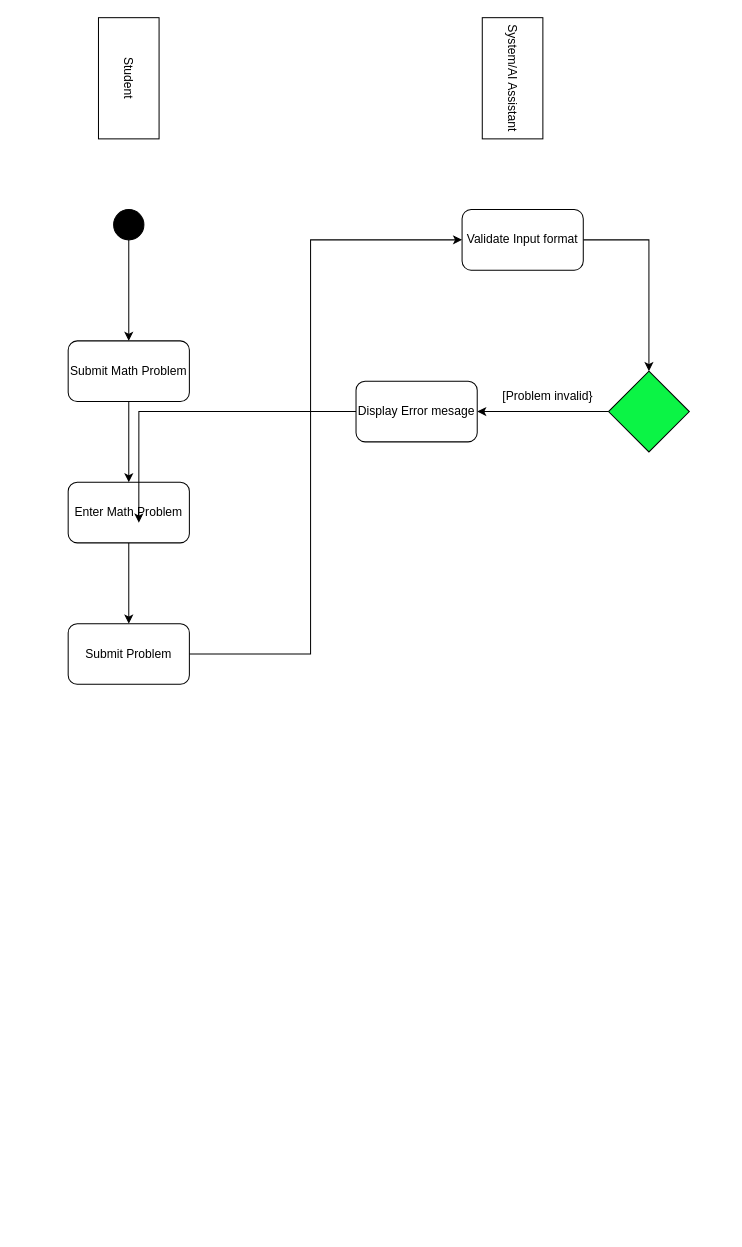
Anuja-jayasinghe/DrawIo_Projects keeps this draw.io diagram as Upuli_activity_diagram.drawio. Above is the earlier version. Source tidied: cells renumbered, new cells numbered last; positions are measured from the earlier drawing's top-left corner, leaving out a move shared by most shapes. Both pictures are drawn from the tidied source at 101%, with x=0, y=0 at pixel (68, 47).
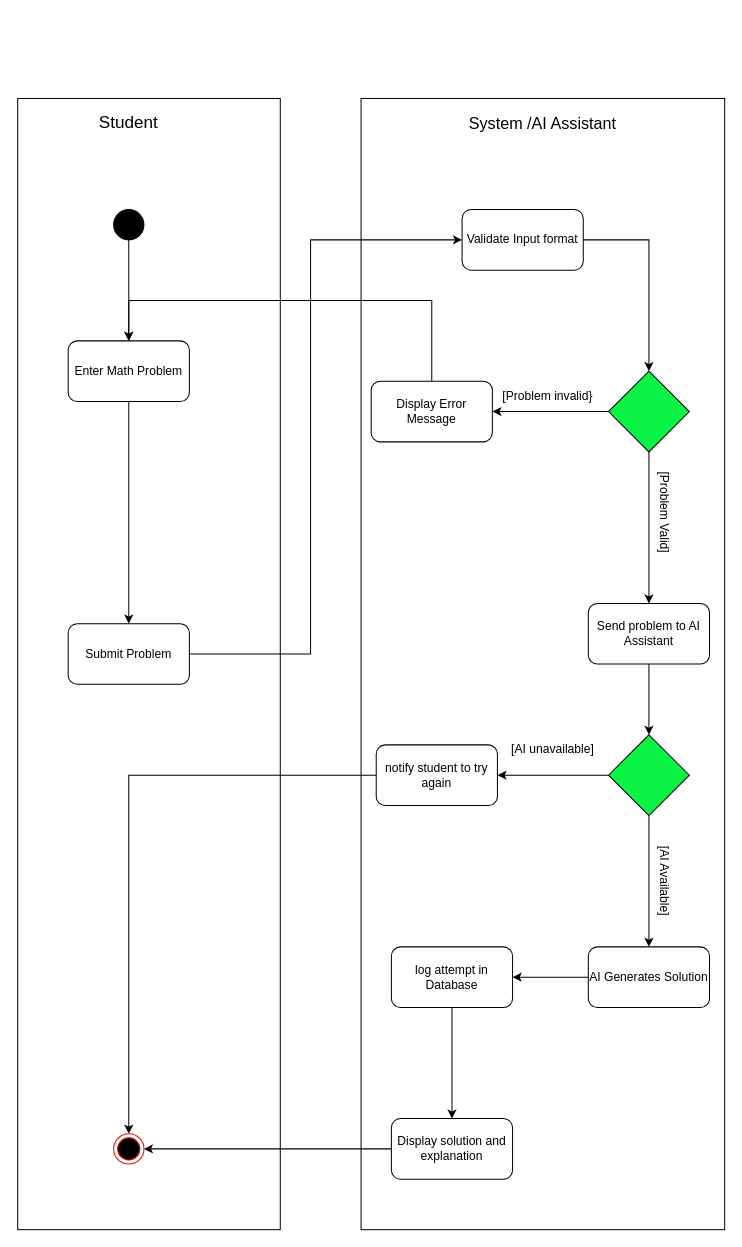
The same diagram, later.

The change refers to these unchanged cells:
```xml
<mxCell id="11" value="Submit Problem" style="rounded=1;whiteSpace=wrap;html=1;" parent="1" vertex="1">
  <mxGeometry y="570" width="120" height="60" as="geometry" />
</mxCell>
<mxCell id="15" style="rhombus;whiteSpace=wrap;html=1;fillColor=light-dark(#0bf445, #ededed);" parent="1" vertex="1">
  <mxGeometry x="535" y="320" width="80" height="80" as="geometry" />
</mxCell>
```

Change to the diagram source:
```diff
@@
-    <mxCell id="2" value="Student" style="rounded=0;whiteSpace=wrap;html=1;rotation=90;" parent="1" vertex="1">
-      <mxGeometry width="120" height="60" as="geometry" />
+    <mxCell id="2" style="rounded=0;whiteSpace=wrap;html=1;rotation=90;" parent="1" vertex="1">
+      <mxGeometry x="-480" y="480" width="1120" height="260" as="geometry" />
     </mxCell>
-    <mxCell id="3" value="System/AI Assistant" style="rounded=0;whiteSpace=wrap;html=1;rotation=90;" parent="1" vertex="1">
-      <mxGeometry x="380" width="120" height="60" as="geometry" />
+    <mxCell id="3" style="rounded=0;whiteSpace=wrap;html=1;rotation=90;" parent="1" vertex="1">
+      <mxGeometry x="-90" y="430" width="1120" height="360" as="geometry" />
     </mxCell>
@@
-    <mxCell id="6" style="edgeStyle=orthogonalEdgeStyle;rounded=0;jettySize=auto;html=1;" parent="1" edge="1" source="7" target="9">
+    <mxCell id="6" style="edgeStyle=orthogonalEdgeStyle;rounded=0;jettySize=auto;html=1;" parent="1" edge="1" source="7" target="11">
       <mxGeometry relative="1" as="geometry" />
     </mxCell>
-    <mxCell id="7" value="Submit Math Problem" style="rounded=1;whiteSpace=wrap;html=1;" parent="1" vertex="1">
+    <mxCell id="7" value="Enter Math Problem" style="rounded=1;whiteSpace=wrap;html=1;" parent="1" vertex="1">
       <mxGeometry y="290" width="120" height="60" as="geometry" />
     </mxCell>
-    <mxCell id="8" style="edgeStyle=orthogonalEdgeStyle;rounded=0;jettySize=auto;html=1;" parent="1" edge="1" source="9" target="11">
-      <mxGeometry relative="1" as="geometry" />
-    </mxCell>
-    <mxCell id="9" value="Enter Math Problem" style="rounded=1;whiteSpace=wrap;html=1;" parent="1" vertex="1">
-      <mxGeometry y="430" width="120" height="60" as="geometry" />
-    </mxCell>
@@
+    <mxCell id="19" style="edgeStyle=orthogonalEdgeStyle;rounded=0;jettySize=auto;html=1;" parent="1" edge="1" source="15" target="23">
+      <mxGeometry relative="1" as="geometry" />
+    </mxCell>
@@
+    <mxCell id="20" style="edgeStyle=orthogonalEdgeStyle;rounded=0;jettySize=auto;html=1;" parent="1" edge="1" source="16" target="7">
+      <mxGeometry relative="1" as="geometry">
+        <Array as="points">
+          <mxPoint x="360" y="250" />
+          <mxPoint x="60" y="250" />
+        </Array>
+      </mxGeometry>
+    </mxCell>
-    <mxCell id="16" value="Display Error mesage" style="rounded=1;whiteSpace=wrap;html=1;" parent="1" vertex="1">
-      <mxGeometry x="285" y="330" width="120" height="60" as="geometry" />
+    <mxCell id="16" value="Display Error Message" style="rounded=1;whiteSpace=wrap;html=1;" parent="1" vertex="1">
+      <mxGeometry x="300" y="330" width="120" height="60" as="geometry" />
     </mxCell>
@@
-    <mxCell id="18" style="edgeStyle=orthogonalEdgeStyle;rounded=0;jettySize=auto;html=1;entryX=0.583;entryY=0.667;entryDx=0;entryDy=0;entryPerimeter=0;" parent="1" edge="1" source="16" target="9">
-      <mxGeometry relative="1" as="geometry" />
-    </mxCell>
+    <mxCell id="21" value="[Problem Valid]" style="text;html=1;whiteSpace=wrap;strokeColor=none;fillColor=none;align=center;verticalAlign=middle;rounded=0;rotation=90;" parent="1" vertex="1">
+      <mxGeometry x="535" y="445" width="110" height="30" as="geometry" />
+    </mxCell>
+    <mxCell id="22" style="edgeStyle=orthogonalEdgeStyle;rounded=0;jettySize=auto;html=1;" parent="1" edge="1" source="23" target="26">
+      <mxGeometry relative="1" as="geometry" />
+    </mxCell>
+    <mxCell id="23" value="Send problem to AI Assistant" style="rounded=1;whiteSpace=wrap;html=1;" parent="1" vertex="1">
+      <mxGeometry x="515" y="550" width="120" height="60" as="geometry" />
+    </mxCell>
+    <mxCell id="24" style="edgeStyle=orthogonalEdgeStyle;rounded=0;jettySize=auto;html=1;" parent="1" edge="1" source="26" target="28">
+      <mxGeometry relative="1" as="geometry" />
+    </mxCell>
+    <mxCell id="25" style="edgeStyle=orthogonalEdgeStyle;rounded=0;jettySize=auto;html=1;" parent="1" edge="1" source="26" target="31">
+      <mxGeometry relative="1" as="geometry" />
+    </mxCell>
+    <mxCell id="26" style="rhombus;whiteSpace=wrap;html=1;fillColor=light-dark(#0bf445, #ededed);" parent="1" vertex="1">
+      <mxGeometry x="535" y="680" width="80" height="80" as="geometry" />
+    </mxCell>
+    <mxCell id="27" style="edgeStyle=orthogonalEdgeStyle;rounded=0;jettySize=auto;html=1;" parent="1" edge="1" source="28" target="37">
+      <mxGeometry relative="1" as="geometry" />
+    </mxCell>
+    <mxCell id="28" value="notify student to try again" style="rounded=1;whiteSpace=wrap;html=1;" parent="1" vertex="1">
+      <mxGeometry x="305" y="690" width="120" height="60" as="geometry" />
+    </mxCell>
+    <mxCell id="29" value="[AI unavailable]" style="text;html=1;whiteSpace=wrap;strokeColor=none;fillColor=none;align=center;verticalAlign=middle;rounded=0;" parent="1" vertex="1">
+      <mxGeometry x="425" y="680" width="110" height="30" as="geometry" />
+    </mxCell>
+    <mxCell id="30" style="edgeStyle=orthogonalEdgeStyle;rounded=0;jettySize=auto;html=1;" parent="1" edge="1" source="31" target="34">
+      <mxGeometry relative="1" as="geometry" />
+    </mxCell>
+    <mxCell id="31" value="AI Generates Solution" style="rounded=1;whiteSpace=wrap;html=1;" parent="1" vertex="1">
+      <mxGeometry x="515" y="890" width="120" height="60" as="geometry" />
+    </mxCell>
+    <mxCell id="32" value="[AI Available]" style="text;html=1;whiteSpace=wrap;strokeColor=none;fillColor=none;align=center;verticalAlign=middle;rounded=0;rotation=90;" parent="1" vertex="1">
+      <mxGeometry x="535" y="810" width="110" height="30" as="geometry" />
+    </mxCell>
+    <mxCell id="33" style="edgeStyle=orthogonalEdgeStyle;rounded=0;jettySize=auto;html=1;" parent="1" edge="1" source="34" target="36">
+      <mxGeometry relative="1" as="geometry" />
+    </mxCell>
+    <mxCell id="34" value="log attempt in Database" style="rounded=1;whiteSpace=wrap;html=1;" parent="1" vertex="1">
+      <mxGeometry x="320" y="890" width="120" height="60" as="geometry" />
+    </mxCell>
+    <mxCell id="35" style="edgeStyle=orthogonalEdgeStyle;rounded=0;jettySize=auto;html=1;" parent="1" edge="1" source="36" target="37">
+      <mxGeometry relative="1" as="geometry" />
+    </mxCell>
+    <mxCell id="36" value="Display solution and explanation" style="rounded=1;whiteSpace=wrap;html=1;" parent="1" vertex="1">
+      <mxGeometry x="320" y="1060" width="120" height="60" as="geometry" />
+    </mxCell>
+    <mxCell id="37" style="ellipse;html=1;shape=endState;fillColor=#000000;strokeColor=#ff0000;" parent="1" vertex="1">
+      <mxGeometry x="45" y="1075" width="30" height="30" as="geometry" />
+    </mxCell>
+    <mxCell id="38" value="Student" style="text;html=1;whiteSpace=wrap;strokeColor=none;fillColor=none;align=center;verticalAlign=middle;rounded=0;fontSize=17;" parent="1" vertex="1">
+      <mxGeometry x="30" y="60" width="60" height="30" as="geometry" />
+    </mxCell>
+    <mxCell id="39" value="System /AI Assistant" style="text;html=1;whiteSpace=wrap;strokeColor=none;fillColor=none;align=center;verticalAlign=middle;rounded=0;fontSize=16;" parent="1" vertex="1">
+      <mxGeometry x="370" y="60" width="200" height="30" as="geometry" />
+    </mxCell>
```
